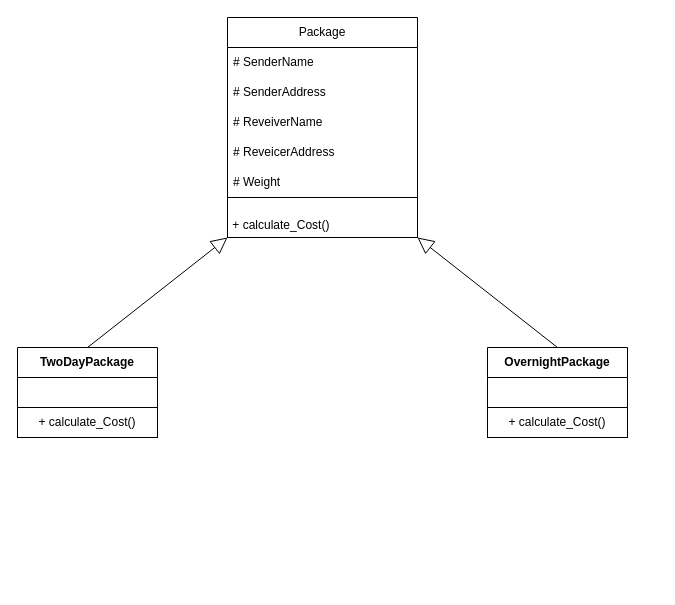
Before: 02-SDfR-PPD-4/02-SDfR-PPD-4.1/UML_Diagram_Assignment4.drawio in VladMalaxa/SDfR, a draw.io diagram. Source tidied: cells renumbered, new cells numbered last; positions are measured from the earlier drawing's top-left corner, leaving out a move shared by most shapes. Both pictures are drawn from the tidied source at 100%, with x=0, y=0 at pixel (17, 17).
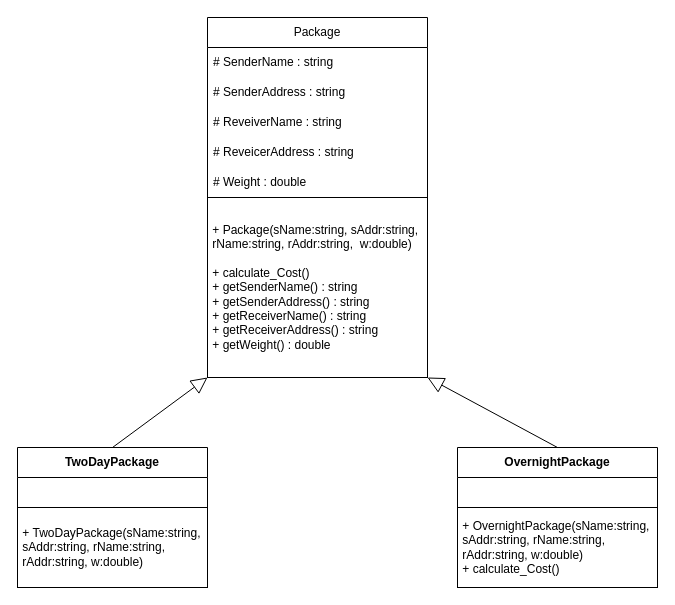
After the change.

Commit message (it also covers changes not shown here):
Sequence controller assignment 5

The edit, as a diff of the source:
```diff
@@
 <mxGraphModel>
   <root>
     <mxCell id="0" />
     <mxCell id="1" parent="0" />
     <mxCell id="2" value="Package" style="swimlane;fontStyle=0;horizontal=1;startSize=30;whiteSpace=wrap;html=1;" parent="1" vertex="1">
-      <mxGeometry x="210" width="190" height="180" as="geometry" />
+      <mxGeometry x="190" width="220" height="180" as="geometry" />
     </mxCell>
-    <mxCell id="3" value="# SenderName" style="text;strokeColor=none;fillColor=none;align=left;verticalAlign=middle;spacingLeft=4;spacingRight=4;overflow=hidden;whiteSpace=wrap;html=1;" parent="2" vertex="1">
-      <mxGeometry y="30" width="190" height="30" as="geometry" />
+    <mxCell id="3" value="# SenderName : string" style="text;strokeColor=none;fillColor=none;align=left;verticalAlign=middle;spacingLeft=4;spacingRight=4;overflow=hidden;whiteSpace=wrap;html=1;" parent="2" vertex="1">
+      <mxGeometry y="30" width="220" height="30" as="geometry" />
     </mxCell>
-    <mxCell id="4" value="# SenderAddress" style="text;strokeColor=none;fillColor=none;align=left;verticalAlign=middle;spacingLeft=4;spacingRight=4;overflow=hidden;whiteSpace=wrap;html=1;" parent="2" vertex="1">
-      <mxGeometry y="60" width="190" height="30" as="geometry" />
+    <mxCell id="4" value="# SenderAddress : string" style="text;strokeColor=none;fillColor=none;align=left;verticalAlign=middle;spacingLeft=4;spacingRight=4;overflow=hidden;whiteSpace=wrap;html=1;" parent="2" vertex="1">
+      <mxGeometry y="60" width="220" height="30" as="geometry" />
     </mxCell>
-    <mxCell id="5" value="# ReveiverName" style="text;strokeColor=none;fillColor=none;align=left;verticalAlign=middle;spacingLeft=4;spacingRight=4;overflow=hidden;whiteSpace=wrap;html=1;" parent="2" vertex="1">
-      <mxGeometry y="90" width="190" height="30" as="geometry" />
+    <mxCell id="5" value="# ReveiverName : string" style="text;strokeColor=none;fillColor=none;align=left;verticalAlign=middle;spacingLeft=4;spacingRight=4;overflow=hidden;whiteSpace=wrap;html=1;" parent="2" vertex="1">
+      <mxGeometry y="90" width="220" height="30" as="geometry" />
     </mxCell>
-    <mxCell id="6" value="# ReveicerAddress" style="text;strokeColor=none;fillColor=none;align=left;verticalAlign=middle;spacingLeft=4;spacingRight=4;overflow=hidden;whiteSpace=wrap;html=1;" parent="2" vertex="1">
-      <mxGeometry y="120" width="190" height="30" as="geometry" />
+    <mxCell id="6" value="# ReveicerAddress : string" style="text;strokeColor=none;fillColor=none;align=left;verticalAlign=middle;spacingLeft=4;spacingRight=4;overflow=hidden;whiteSpace=wrap;html=1;" parent="2" vertex="1">
+      <mxGeometry y="120" width="220" height="30" as="geometry" />
     </mxCell>
-    <mxCell id="7" value="# Weight" style="text;strokeColor=none;fillColor=none;align=left;verticalAlign=middle;spacingLeft=4;spacingRight=4;overflow=hidden;whiteSpace=wrap;html=1;" parent="2" vertex="1">
-      <mxGeometry y="150" width="190" height="30" as="geometry" />
+    <mxCell id="7" value="# Weight : double" style="text;strokeColor=none;fillColor=none;align=left;verticalAlign=middle;spacingLeft=4;spacingRight=4;overflow=hidden;whiteSpace=wrap;html=1;" parent="2" vertex="1">
+      <mxGeometry y="150" width="220" height="30" as="geometry" />
     </mxCell>
-    <mxCell id="8" value="&lt;br&gt;&lt;div&gt;&amp;nbsp;+ calculate_Cost()&lt;/div&gt;" style="rounded=0;whiteSpace=wrap;html=1;align=left;" parent="1" vertex="1">
-      <mxGeometry x="210" y="180" width="190" height="40" as="geometry" />
+    <mxCell id="8" value="&amp;nbsp;+ Package(sName:string, sAddr:string,&amp;nbsp;&amp;nbsp;&lt;div&gt;&amp;nbsp;rName:string, rAddr:string,&amp;nbsp;&amp;nbsp;w:double)&amp;nbsp;&lt;div&gt;&lt;br&gt;&lt;div&gt;&lt;div&gt;&amp;nbsp;+ calculate_Cost()&lt;/div&gt;&lt;/div&gt;&lt;div&gt;&amp;nbsp;+ getSenderName() : string&amp;nbsp;&lt;br&gt;&amp;nbsp;+ getSenderAddress() : string&amp;nbsp;&lt;br&gt;&amp;nbsp;+ getReceiverName() : string&amp;nbsp;&lt;br&gt;&amp;nbsp;+ getReceiverAddress() : string&amp;nbsp;&lt;br&gt;&amp;nbsp;+ getWeight() : double&amp;nbsp;&lt;/div&gt;&lt;/div&gt;&lt;/div&gt;" style="rounded=0;whiteSpace=wrap;html=1;align=left;" parent="1" vertex="1">
+      <mxGeometry x="190" y="180" width="220" height="180" as="geometry" />
     </mxCell>
     <mxCell id="9" style="endArrow=block;html=1;rounded=0;entryX=1;entryY=1;entryDx=0;entryDy=0;exitX=0.5;exitY=0;exitDx=0;exitDy=0;endFill=0;endSize=14;" parent="1" edge="1" source="12" target="8">
       <mxGeometry relative="1" as="geometry" />
     </mxCell>
     <mxCell id="10" style="endArrow=block;html=1;rounded=0;exitX=0.5;exitY=0;exitDx=0;exitDy=0;endFill=0;endSize=14;entryX=0;entryY=1;entryDx=0;entryDy=0;" parent="1" edge="1" source="11" target="8">
       <mxGeometry relative="1" as="geometry" />
     </mxCell>
     <mxCell id="11" value="&lt;span style=&quot;font-weight: 700;&quot;&gt;TwoDayPackage&lt;/span&gt;" style="swimlane;fontStyle=0;horizontal=1;startSize=30;whiteSpace=wrap;html=1;" parent="1" vertex="1">
-      <mxGeometry y="330" width="140" height="60" as="geometry" />
+      <mxGeometry y="430" width="190" height="60" as="geometry" />
     </mxCell>
     <mxCell id="12" value="&lt;span style=&quot;font-weight: 700;&quot;&gt;OvernightPackage&lt;/span&gt;" style="swimlane;fontStyle=0;horizontal=1;startSize=30;whiteSpace=wrap;html=1;" parent="1" vertex="1">
-      <mxGeometry x="470" y="330" width="140" height="60" as="geometry" />
+      <mxGeometry x="440" y="430" width="200" height="60" as="geometry" />
     </mxCell>
-    <mxCell id="13" value="&lt;span style=&quot;text-align: left;&quot;&gt;+ calculate_Cost()&lt;/span&gt;" style="rounded=0;whiteSpace=wrap;html=1;" parent="1" vertex="1">
-      <mxGeometry x="470" y="390" width="140" height="30" as="geometry" />
+    <mxCell id="13" value="&lt;div&gt;&amp;nbsp;+ OvernightPackage(sName:string,&lt;br&gt;&amp;nbsp;sAddr:string, rName:string,&amp;nbsp;&lt;br&gt;&amp;nbsp;rAddr:string, w:double)&amp;nbsp;&lt;span style=&quot;&quot;&gt;&lt;/span&gt;&lt;/div&gt;&lt;span style=&quot;&quot;&gt;&amp;nbsp;+ calculate_Cost()&lt;/span&gt;" style="rounded=0;whiteSpace=wrap;html=1;align=left;" parent="1" vertex="1">
+      <mxGeometry x="440" y="490" width="200" height="80" as="geometry" />
     </mxCell>
-    <mxCell id="14" value="&lt;span style=&quot;text-align: left;&quot;&gt;+ calculate_Cost()&lt;/span&gt;" style="rounded=0;whiteSpace=wrap;html=1;" parent="1" vertex="1">
-      <mxGeometry y="390" width="140" height="30" as="geometry" />
+    <mxCell id="14" value="&amp;nbsp;+ TwoDayPackage(sName:string,&amp;nbsp;&lt;br&gt;&amp;nbsp;sAddr:string, rName:string,&amp;nbsp;&lt;br&gt;&amp;nbsp;rAddr:string, w:double)&amp;nbsp; &amp;nbsp;" style="rounded=0;whiteSpace=wrap;html=1;align=left;" parent="1" vertex="1">
+      <mxGeometry y="490" width="190" height="80" as="geometry" />
     </mxCell>
   </root>
 </mxGraphModel>
```
